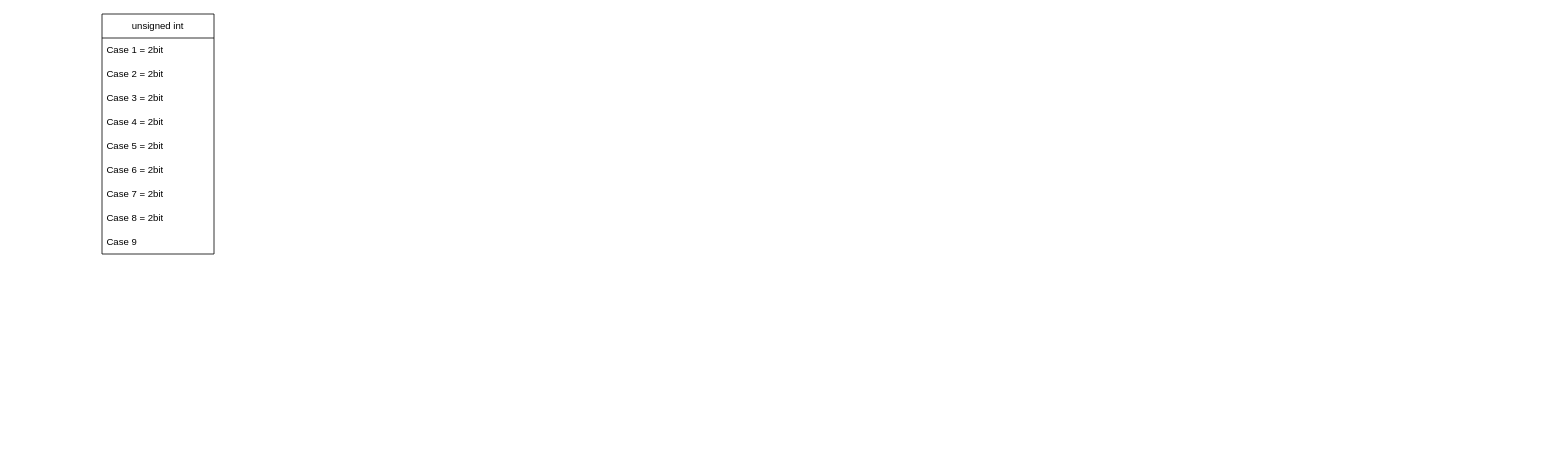
Edouard-Laffont/RPG-Console keeps this draw.io diagram as Diagramme sans nom.drawio. Above is the earlier version. Source tidied: cells renumbered, new cells numbered last; positions are measured from the earlier drawing's top-left corner, leaving out a move shared by most shapes. Both pictures are drawn from the tidied source at 80%, with x=0, y=0 at pixel (102, 14).
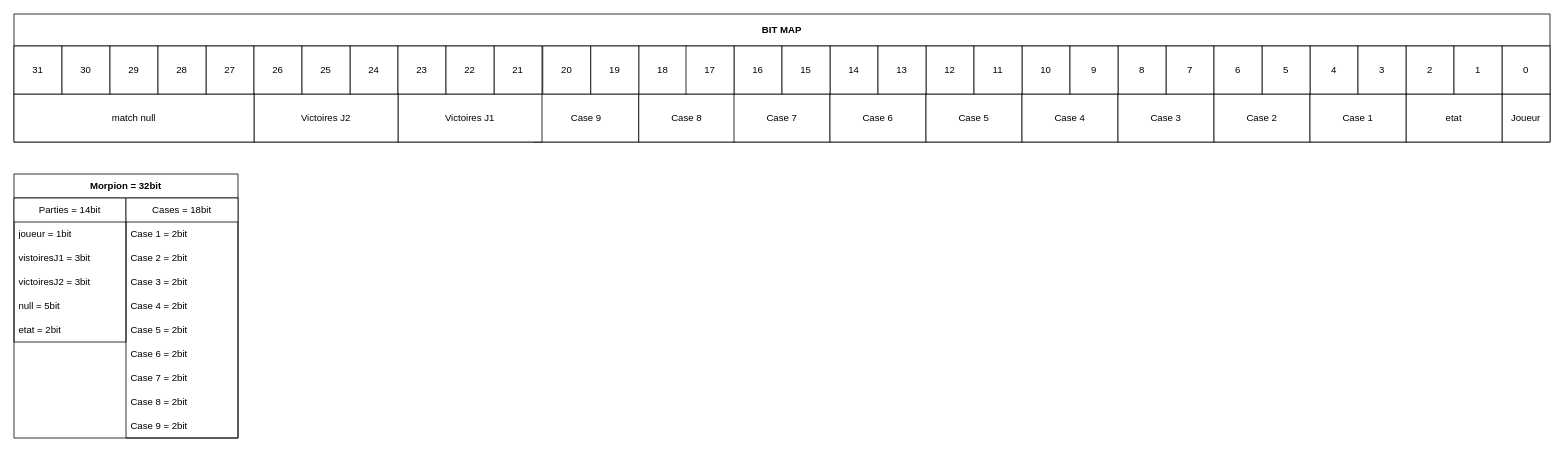
The same diagram, later.

Commit message:
Mettre à jour Diagramme sans nom.drawio

Diff of the diagram source:
```diff
@@
+    <mxCell id="12" value="Morpion = 32bit" style="swimlane;whiteSpace=wrap;html=1;startSize=30;" parent="1" vertex="1">
+      <mxGeometry x="-110" y="200" width="280" height="330" as="geometry" />
+    </mxCell>
+    <mxCell id="13" value="Parties = 14bit" style="swimlane;fontStyle=0;horizontal=1;startSize=30;whiteSpace=wrap;html=1;" parent="12" vertex="1">
+      <mxGeometry y="30" width="140" height="180" as="geometry" />
+    </mxCell>
+    <mxCell id="14" value="joueur = 1bit" style="text;strokeColor=none;fillColor=none;align=left;verticalAlign=middle;spacingLeft=4;spacingRight=4;overflow=hidden;whiteSpace=wrap;html=1;" parent="13" vertex="1">
+      <mxGeometry y="30" width="140" height="30" as="geometry" />
+    </mxCell>
+    <mxCell id="15" value="vistoiresJ1 = 3bit" style="text;strokeColor=none;fillColor=none;align=left;verticalAlign=middle;spacingLeft=4;spacingRight=4;overflow=hidden;whiteSpace=wrap;html=1;" parent="13" vertex="1">
+      <mxGeometry y="60" width="140" height="30" as="geometry" />
+    </mxCell>
+    <mxCell id="16" value="victoiresJ2 = 3bit" style="text;strokeColor=none;fillColor=none;align=left;verticalAlign=middle;spacingLeft=4;spacingRight=4;overflow=hidden;whiteSpace=wrap;html=1;" parent="13" vertex="1">
+      <mxGeometry y="90" width="140" height="30" as="geometry" />
+    </mxCell>
+    <mxCell id="17" value="null = 5bit" style="text;strokeColor=none;fillColor=none;align=left;verticalAlign=middle;spacingLeft=4;spacingRight=4;overflow=hidden;whiteSpace=wrap;html=1;" parent="13" vertex="1">
+      <mxGeometry y="120" width="140" height="30" as="geometry" />
+    </mxCell>
+    <mxCell id="18" value="etat = 2bit" style="text;strokeColor=none;fillColor=none;align=left;verticalAlign=middle;spacingLeft=4;spacingRight=4;overflow=hidden;whiteSpace=wrap;html=1;" parent="13" vertex="1">
+      <mxGeometry y="150" width="140" height="30" as="geometry" />
+    </mxCell>
-    <mxCell id="2" value="unsigned int" style="swimlane;fontStyle=0;horizontal=1;startSize=30;whiteSpace=wrap;html=1;" parent="1" vertex="1">
-      <mxGeometry width="140" height="300" as="geometry" />
+    <mxCell id="2" value="Cases = 18bit" style="swimlane;fontStyle=0;horizontal=1;startSize=30;whiteSpace=wrap;html=1;" parent="12" vertex="1">
+      <mxGeometry x="140" y="30" width="140" height="300" as="geometry" />
     </mxCell>
@@
-    <mxCell id="11" value="Case 9" style="text;strokeColor=none;fillColor=none;align=left;verticalAlign=middle;spacingLeft=4;spacingRight=4;overflow=hidden;whiteSpace=wrap;html=1;" parent="2" vertex="1">
+    <mxCell id="11" value="Case 9&amp;nbsp;= 2bit" style="text;strokeColor=none;fillColor=none;align=left;verticalAlign=middle;spacingLeft=4;spacingRight=4;overflow=hidden;whiteSpace=wrap;html=1;" parent="2" vertex="1">
       <mxGeometry y="270" width="140" height="30" as="geometry" />
     </mxCell>
+    <mxCell id="19" value="BIT MAP" style="swimlane;whiteSpace=wrap;html=1;startSize=40;" parent="1" vertex="1">
+      <mxGeometry x="-110" width="1920" height="160" as="geometry" />
+    </mxCell>
+    <mxCell id="20" value="Joueur" style="rounded=0;whiteSpace=wrap;html=1;" parent="19" vertex="1">
+      <mxGeometry x="1860" y="100" width="60" height="60" as="geometry" />
+    </mxCell>
+    <mxCell id="21" value="etat" style="rounded=0;whiteSpace=wrap;html=1;" parent="19" vertex="1">
+      <mxGeometry x="1740" y="100" width="120" height="60" as="geometry" />
+    </mxCell>
+    <mxCell id="22" value="Case 9" style="rounded=0;whiteSpace=wrap;html=1;" parent="19" vertex="1">
+      <mxGeometry x="650" y="100" width="131" height="60" as="geometry" />
+    </mxCell>
+    <mxCell id="23" value="Case 8" style="rounded=0;whiteSpace=wrap;html=1;" parent="19" vertex="1">
+      <mxGeometry x="781" y="100" width="120" height="60" as="geometry" />
+    </mxCell>
+    <mxCell id="24" value="Case 7" style="rounded=0;whiteSpace=wrap;html=1;" parent="19" vertex="1">
+      <mxGeometry x="900" y="100" width="120" height="60" as="geometry" />
+    </mxCell>
+    <mxCell id="25" value="Case 6" style="rounded=0;whiteSpace=wrap;html=1;" parent="19" vertex="1">
+      <mxGeometry x="1020" y="100" width="120" height="60" as="geometry" />
+    </mxCell>
+    <mxCell id="26" value="Case 5" style="rounded=0;whiteSpace=wrap;html=1;" parent="19" vertex="1">
+      <mxGeometry x="1140" y="100" width="120" height="60" as="geometry" />
+    </mxCell>
+    <mxCell id="27" value="Case 4" style="rounded=0;whiteSpace=wrap;html=1;" parent="19" vertex="1">
+      <mxGeometry x="1260" y="100" width="120" height="60" as="geometry" />
+    </mxCell>
+    <mxCell id="28" value="Case 3" style="rounded=0;whiteSpace=wrap;html=1;" parent="19" vertex="1">
+      <mxGeometry x="1380" y="100" width="120" height="60" as="geometry" />
+    </mxCell>
+    <mxCell id="29" value="Case 2" style="rounded=0;whiteSpace=wrap;html=1;" parent="19" vertex="1">
+      <mxGeometry x="1500" y="100" width="120" height="60" as="geometry" />
+    </mxCell>
+    <mxCell id="30" value="Case 1" style="rounded=0;whiteSpace=wrap;html=1;" parent="19" vertex="1">
+      <mxGeometry x="1620" y="100" width="120" height="60" as="geometry" />
+    </mxCell>
+    <mxCell id="31" value="Victoires J1" style="rounded=0;whiteSpace=wrap;html=1;" parent="19" vertex="1">
+      <mxGeometry x="480" y="100" width="180" height="60" as="geometry" />
+    </mxCell>
+    <mxCell id="32" value="Victoires J2" style="rounded=0;whiteSpace=wrap;html=1;" parent="19" vertex="1">
+      <mxGeometry x="300" y="100" width="180" height="60" as="geometry" />
+    </mxCell>
+    <mxCell id="33" value="match null" style="rounded=0;whiteSpace=wrap;html=1;" parent="19" vertex="1">
+      <mxGeometry y="100" width="300" height="60" as="geometry" />
+    </mxCell>
+    <mxCell id="34" value="0" style="rounded=0;whiteSpace=wrap;html=1;" parent="19" vertex="1">
+      <mxGeometry x="1860" y="40" width="60" height="60" as="geometry" />
+    </mxCell>
+    <mxCell id="35" value="2" style="rounded=0;whiteSpace=wrap;html=1;" parent="19" vertex="1">
+      <mxGeometry x="1740" y="40" width="60" height="60" as="geometry" />
+    </mxCell>
+    <mxCell id="36" value="1" style="rounded=0;whiteSpace=wrap;html=1;" parent="19" vertex="1">
+      <mxGeometry x="1800" y="40" width="60" height="60" as="geometry" />
+    </mxCell>
+    <mxCell id="37" value="4" style="rounded=0;whiteSpace=wrap;html=1;" parent="19" vertex="1">
+      <mxGeometry x="1620" y="40" width="60" height="60" as="geometry" />
+    </mxCell>
+    <mxCell id="38" value="20" style="rounded=0;whiteSpace=wrap;html=1;" parent="19" vertex="1">
+      <mxGeometry x="661" y="40" width="60" height="60" as="geometry" />
+    </mxCell>
+    <mxCell id="39" value="21" style="rounded=0;whiteSpace=wrap;html=1;" parent="19" vertex="1">
+      <mxGeometry x="600" y="40" width="60" height="60" as="geometry" />
+    </mxCell>
+    <mxCell id="40" value="18" style="rounded=0;whiteSpace=wrap;html=1;" parent="19" vertex="1">
+      <mxGeometry x="781" y="40" width="60" height="60" as="geometry" />
+    </mxCell>
+    <mxCell id="41" value="19" style="rounded=0;whiteSpace=wrap;html=1;" parent="19" vertex="1">
+      <mxGeometry x="721" y="40" width="60" height="60" as="geometry" />
+    </mxCell>
+    <mxCell id="42" value="16" style="rounded=0;whiteSpace=wrap;html=1;" parent="19" vertex="1">
+      <mxGeometry x="900" y="40" width="60" height="60" as="geometry" />
+    </mxCell>
+    <mxCell id="43" value="17" style="rounded=0;whiteSpace=wrap;html=1;" parent="19" vertex="1">
+      <mxGeometry x="840" y="40" width="60" height="60" as="geometry" />
+    </mxCell>
+    <mxCell id="44" value="14" style="rounded=0;whiteSpace=wrap;html=1;" parent="19" vertex="1">
+      <mxGeometry x="1020" y="40" width="60" height="60" as="geometry" />
+    </mxCell>
+    <mxCell id="45" value="15" style="rounded=0;whiteSpace=wrap;html=1;" parent="19" vertex="1">
+      <mxGeometry x="960" y="40" width="60" height="60" as="geometry" />
+    </mxCell>
+    <mxCell id="46" value="12" style="rounded=0;whiteSpace=wrap;html=1;" parent="19" vertex="1">
+      <mxGeometry x="1140" y="40" width="60" height="60" as="geometry" />
+    </mxCell>
+    <mxCell id="47" value="13" style="rounded=0;whiteSpace=wrap;html=1;" parent="19" vertex="1">
+      <mxGeometry x="1080" y="40" width="60" height="60" as="geometry" />
+    </mxCell>
+    <mxCell id="48" value="10" style="rounded=0;whiteSpace=wrap;html=1;" parent="19" vertex="1">
+      <mxGeometry x="1260" y="40" width="60" height="60" as="geometry" />
+    </mxCell>
+    <mxCell id="49" value="11" style="rounded=0;whiteSpace=wrap;html=1;" parent="19" vertex="1">
+      <mxGeometry x="1200" y="40" width="60" height="60" as="geometry" />
+    </mxCell>
+    <mxCell id="50" value="7" style="rounded=0;whiteSpace=wrap;html=1;" parent="19" vertex="1">
+      <mxGeometry x="1440" y="40" width="60" height="60" as="geometry" />
+    </mxCell>
+    <mxCell id="51" value="8" style="rounded=0;whiteSpace=wrap;html=1;" parent="19" vertex="1">
+      <mxGeometry x="1380" y="40" width="60" height="60" as="geometry" />
+    </mxCell>
+    <mxCell id="52" value="5" style="rounded=0;whiteSpace=wrap;html=1;" parent="19" vertex="1">
+      <mxGeometry x="1560" y="40" width="60" height="60" as="geometry" />
+    </mxCell>
+    <mxCell id="53" value="6" style="rounded=0;whiteSpace=wrap;html=1;" parent="19" vertex="1">
+      <mxGeometry x="1500" y="40" width="60" height="60" as="geometry" />
+    </mxCell>
+    <mxCell id="54" value="3" style="rounded=0;whiteSpace=wrap;html=1;" parent="19" vertex="1">
+      <mxGeometry x="1680" y="40" width="60" height="60" as="geometry" />
+    </mxCell>
+    <mxCell id="55" value="24" style="rounded=0;whiteSpace=wrap;html=1;" parent="19" vertex="1">
+      <mxGeometry x="420" y="40" width="60" height="60" as="geometry" />
+    </mxCell>
+    <mxCell id="56" value="23" style="rounded=0;whiteSpace=wrap;html=1;" parent="19" vertex="1">
+      <mxGeometry x="480" y="40" width="60" height="60" as="geometry" />
+    </mxCell>
+    <mxCell id="57" value="22" style="rounded=0;whiteSpace=wrap;html=1;" parent="19" vertex="1">
+      <mxGeometry x="540" y="40" width="60" height="60" as="geometry" />
+    </mxCell>
+    <mxCell id="58" value="27" style="rounded=0;whiteSpace=wrap;html=1;" parent="19" vertex="1">
+      <mxGeometry x="240" y="40" width="60" height="60" as="geometry" />
+    </mxCell>
+    <mxCell id="59" value="26" style="rounded=0;whiteSpace=wrap;html=1;" parent="19" vertex="1">
+      <mxGeometry x="300" y="40" width="60" height="60" as="geometry" />
+    </mxCell>
+    <mxCell id="60" value="25" style="rounded=0;whiteSpace=wrap;html=1;" parent="19" vertex="1">
+      <mxGeometry x="360" y="40" width="60" height="60" as="geometry" />
+    </mxCell>
+    <mxCell id="61" value="31" style="rounded=0;whiteSpace=wrap;html=1;" parent="19" vertex="1">
+      <mxGeometry y="40" width="60" height="60" as="geometry" />
+    </mxCell>
+    <mxCell id="62" value="30" style="rounded=0;whiteSpace=wrap;html=1;" parent="19" vertex="1">
+      <mxGeometry x="60" y="40" width="60" height="60" as="geometry" />
+    </mxCell>
+    <mxCell id="63" value="29" style="rounded=0;whiteSpace=wrap;html=1;" parent="19" vertex="1">
+      <mxGeometry x="120" y="40" width="60" height="60" as="geometry" />
+    </mxCell>
+    <mxCell id="64" value="28" style="rounded=0;whiteSpace=wrap;html=1;" parent="19" vertex="1">
+      <mxGeometry x="180" y="40" width="60" height="60" as="geometry" />
+    </mxCell>
+    <mxCell id="65" value="9" style="rounded=0;whiteSpace=wrap;html=1;" parent="19" vertex="1">
+      <mxGeometry x="1320" y="40" width="60" height="60" as="geometry" />
+    </mxCell>
```
